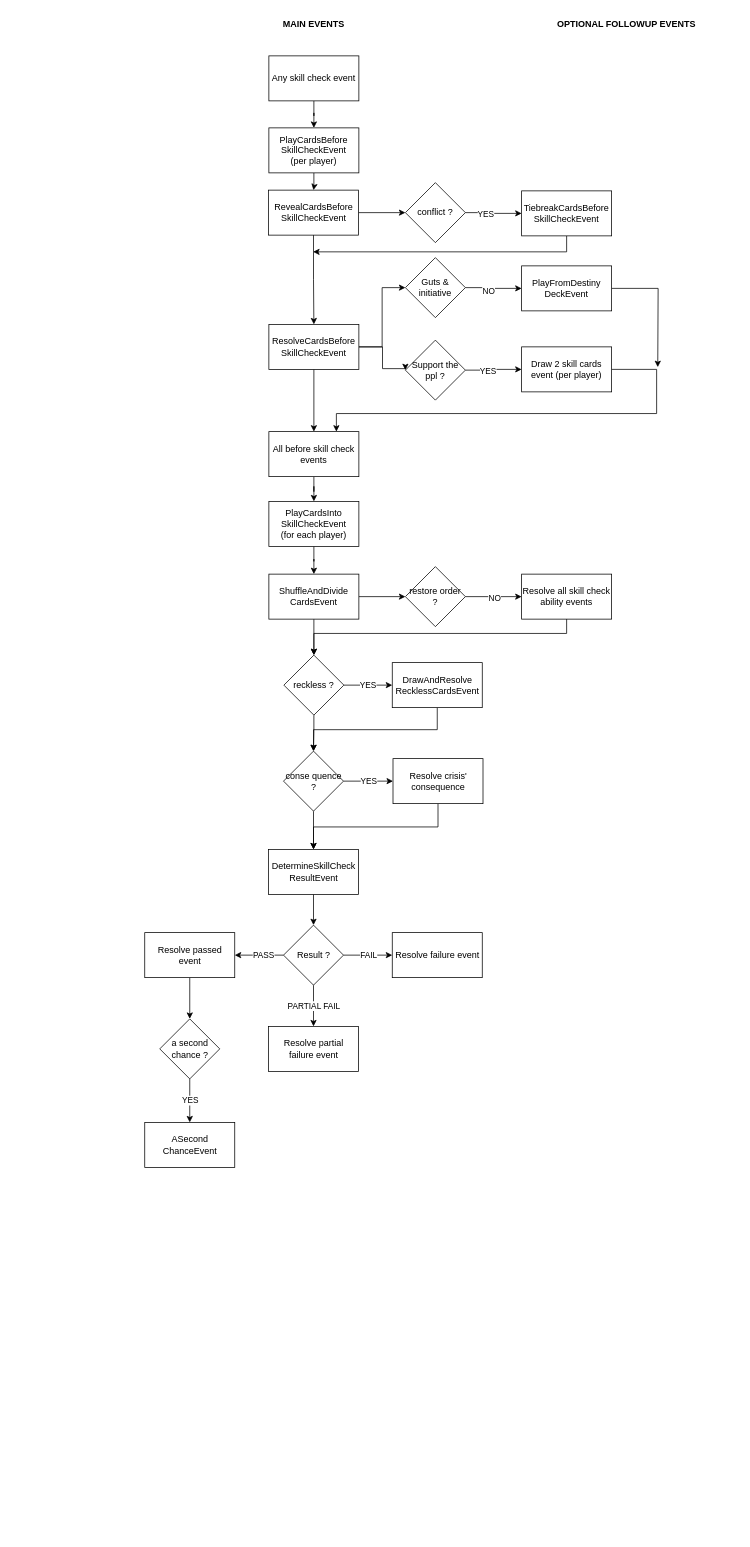
Above: skill-check.drawio in G2HJei/frakkin-toasters (draw.io), before the change. Source tidied: cells renumbered, new cells numbered last; positions are measured from the earlier drawing's top-left corner, leaving out a move shared by most shapes. Both pictures are drawn from the tidied source at 75%, with x=0, y=0 at pixel (144, 13).
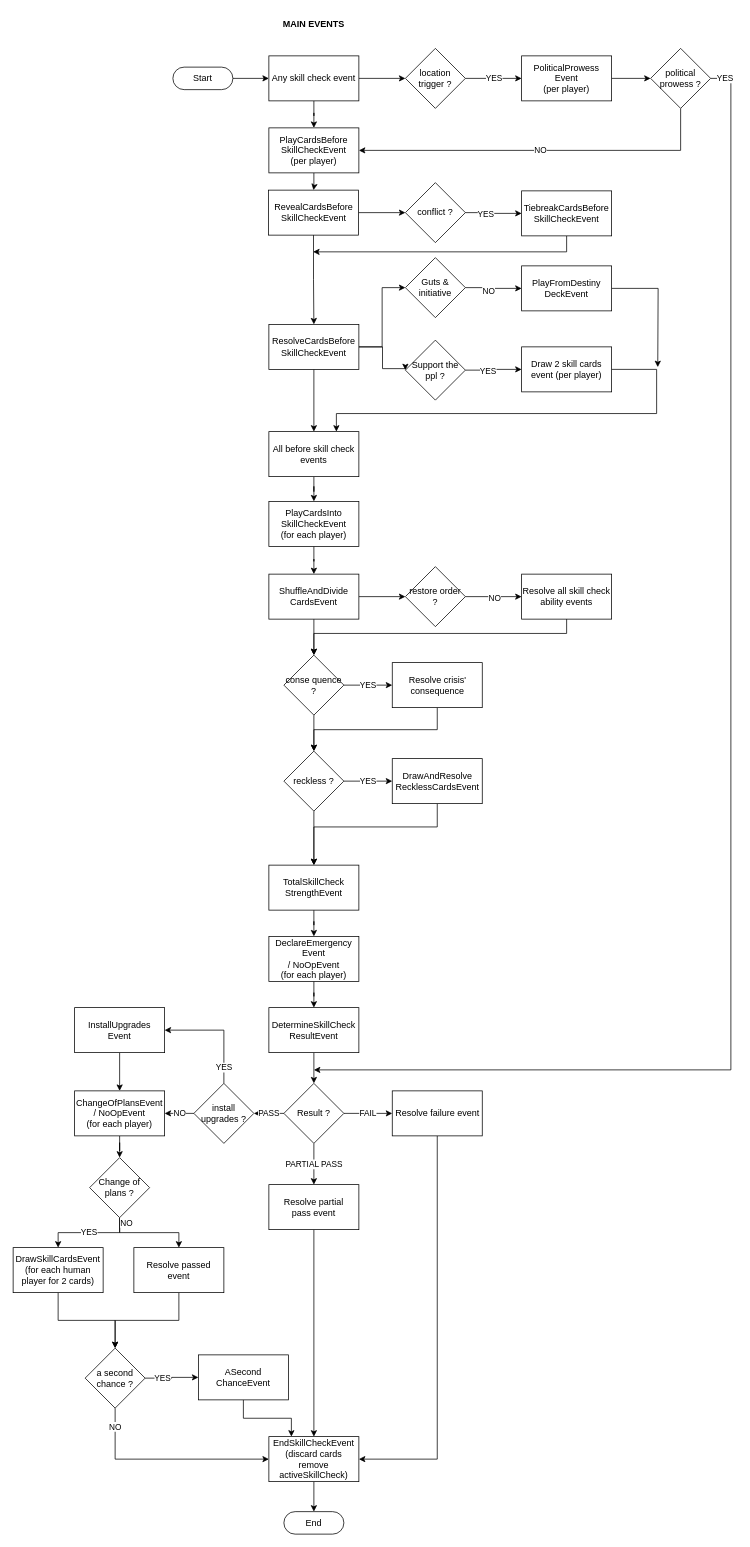
The same page after the edit.

Unchanged cells that the change refers to:
```xml
<mxCell id="3" value="Any skill check event" style="rounded=0;whiteSpace=wrap;html=1;fillColor=default;strokeColor=default;gradientColor=none;" parent="1" vertex="1">
  <mxGeometry x="166" y="57" width="120" height="60" as="geometry" />
</mxCell>
<mxCell id="5" value="PlayCardsBefore&lt;br&gt;SkillCheckEvent&lt;br&gt;(per player)" style="rounded=0;whiteSpace=wrap;html=1;" parent="1" vertex="1">
  <mxGeometry x="166" y="153" width="120" height="60" as="geometry" />
</mxCell>
<mxCell id="26" value="ShuffleAndDivide&lt;div&gt;CardsEvent&lt;/div&gt;" style="rounded=0;whiteSpace=wrap;html=1;" parent="1" vertex="1">
  <mxGeometry x="166" y="748" width="120" height="60" as="geometry" />
</mxCell>
<mxCell id="27" value="Resolve all skill check ability events" style="rounded=0;whiteSpace=wrap;html=1;" parent="1" vertex="1">
  <mxGeometry x="503" y="748" width="120" height="60" as="geometry" />
</mxCell>
```

Change to the diagram source:
```diff
@@
+    <mxCell id="49" value="MAIN EVENTS" style="text;html=1;whiteSpace=wrap;strokeColor=none;fillColor=none;align=center;verticalAlign=middle;rounded=0;fontStyle=1;" parent="1" vertex="1">
+      <mxGeometry x="161" width="130" height="30" as="geometry" />
+    </mxCell>
+    <mxCell id="65" style="edgeStyle=orthogonalEdgeStyle;rounded=0;jettySize=auto;html=1;" parent="1" edge="1" source="66" target="3">
+      <mxGeometry relative="1" as="geometry" />
+    </mxCell>
+    <mxCell id="66" value="Start" style="rounded=1;whiteSpace=wrap;html=1;arcSize=50;" parent="1" vertex="1">
+      <mxGeometry x="38" y="72" width="80" height="30" as="geometry" />
+    </mxCell>
@@
+    <mxCell id="67" style="edgeStyle=orthogonalEdgeStyle;rounded=0;jettySize=auto;html=1;" parent="1" edge="1" source="3" target="69">
+      <mxGeometry relative="1" as="geometry" />
+    </mxCell>
@@
+    <mxCell id="68" value="YES" style="edgeStyle=orthogonalEdgeStyle;rounded=0;jettySize=auto;html=1;" parent="1" edge="1" source="69" target="71">
+      <mxGeometry relative="1" as="geometry" />
+    </mxCell>
+    <mxCell id="69" value="location trigger ?" style="rhombus;whiteSpace=wrap;html=1;shapeInside=1;" parent="1" vertex="1">
+      <mxGeometry x="348" y="47" width="80" height="80" as="geometry" />
+    </mxCell>
+    <mxCell id="70" style="edgeStyle=orthogonalEdgeStyle;rounded=0;jettySize=auto;html=1;" parent="1" edge="1" source="71" target="74">
+      <mxGeometry relative="1" as="geometry" />
+    </mxCell>
+    <mxCell id="71" value="PoliticalProwess&lt;br&gt;Event&lt;br&gt;(per player)" style="rounded=0;whiteSpace=wrap;html=1;" parent="1" vertex="1">
+      <mxGeometry x="503" y="57" width="120" height="60" as="geometry" />
+    </mxCell>
+    <mxCell id="72" value="NO" style="edgeStyle=orthogonalEdgeStyle;rounded=0;jettySize=auto;html=1;exitX=0.5;exitY=1;exitDx=0;exitDy=0;entryX=1;entryY=0.5;entryDx=0;entryDy=0;" parent="1" edge="1" source="74" target="5">
+      <mxGeometry relative="1" as="geometry" />
+    </mxCell>
+    <mxCell id="73" value="YES" style="edgeStyle=orthogonalEdgeStyle;rounded=0;jettySize=auto;html=1;exitX=1;exitY=0.5;exitDx=0;exitDy=0;" parent="1" edge="1" source="74">
+      <mxGeometry x="-0.98" relative="1" as="geometry">
+        <mxPoint x="226" y="1409" as="targetPoint" />
+        <Array as="points">
+          <mxPoint x="782" y="87" />
+          <mxPoint x="782" y="1409" />
+        </Array>
+      </mxGeometry>
+    </mxCell>
+    <mxCell id="74" value="political prowess ?" style="rhombus;whiteSpace=wrap;html=1;shapeInside=1;" parent="1" vertex="1">
+      <mxGeometry x="675" y="47" width="80" height="80" as="geometry" />
+    </mxCell>
@@
-    <mxCell id="25" style="edgeStyle=orthogonalEdgeStyle;rounded=0;jettySize=auto;html=1;" parent="1" edge="1" source="26" target="59">
+    <mxCell id="25" style="edgeStyle=orthogonalEdgeStyle;rounded=0;jettySize=auto;html=1;entryX=0.5;entryY=0;entryDx=0;entryDy=0;" parent="1" edge="1" source="26" target="53">
       <mxGeometry relative="1" as="geometry" />
     </mxCell>
@@
+    <mxCell id="46" style="edgeStyle=orthogonalEdgeStyle;rounded=0;jettySize=auto;html=1;entryX=0;entryY=0.5;entryDx=0;entryDy=0;" parent="1" edge="1" source="48" target="27">
+      <mxGeometry relative="1" as="geometry" />
+    </mxCell>
+    <mxCell id="47" value="NO" style="edgeLabel;html=1;align=center;verticalAlign=middle;" parent="46" vertex="1">
+      <mxGeometry x="0.01" y="-1" relative="1" as="geometry" />
+    </mxCell>
+    <mxCell id="48" value="restore order ?" style="rhombus;whiteSpace=wrap;html=1;shapeInside=1;" parent="1" vertex="1">
+      <mxGeometry x="348" y="738" width="80" height="80" as="geometry" />
+    </mxCell>
+    <mxCell id="56" style="edgeStyle=orthogonalEdgeStyle;rounded=0;jettySize=auto;html=1;entryX=0.5;entryY=0;entryDx=0;entryDy=0;" parent="1" edge="1" source="27" target="53">
+      <mxGeometry relative="1" as="geometry">
+        <Array as="points">
+          <mxPoint x="563" y="827.1" />
+          <mxPoint x="226" y="827.1" />
+        </Array>
+      </mxGeometry>
+    </mxCell>
+    <mxCell id="51" value="YES" style="edgeStyle=orthogonalEdgeStyle;rounded=0;jettySize=auto;html=1;entryX=0;entryY=0.5;entryDx=0;entryDy=0;" parent="1" edge="1" source="53" target="55">
+      <mxGeometry relative="1" as="geometry" />
+    </mxCell>
+    <mxCell id="52" style="edgeStyle=orthogonalEdgeStyle;rounded=0;jettySize=auto;html=1;entryX=0.5;entryY=0;entryDx=0;entryDy=0;" parent="1" edge="1" source="53" target="59">
+      <mxGeometry relative="1" as="geometry" />
+    </mxCell>
+    <mxCell id="53" value="conse quence&lt;br&gt;?" style="rhombus;whiteSpace=wrap;html=1;shapeInside=1;" parent="1" vertex="1">
+      <mxGeometry x="186" y="856" width="80" height="80" as="geometry" />
+    </mxCell>
+    <mxCell id="54" style="edgeStyle=orthogonalEdgeStyle;rounded=0;jettySize=auto;html=1;entryX=0.5;entryY=0;entryDx=0;entryDy=0;" parent="1" edge="1" source="55" target="59">
+      <mxGeometry relative="1" as="geometry">
+        <Array as="points">
+          <mxPoint x="390.5" y="955.4" />
+          <mxPoint x="226" y="955.4" />
+        </Array>
+      </mxGeometry>
+    </mxCell>
+    <mxCell id="55" value="Resolve crisis' consequence" style="rounded=0;whiteSpace=wrap;html=1;" parent="1" vertex="1">
+      <mxGeometry x="330.5" y="866" width="120" height="60" as="geometry" />
+    </mxCell>
+    <mxCell id="57" style="edgeStyle=orthogonalEdgeStyle;rounded=0;jettySize=auto;html=1;entryX=0.5;entryY=0;entryDx=0;entryDy=0;" parent="1" edge="1" source="59" target="76">
+      <mxGeometry relative="1" as="geometry" />
+    </mxCell>
+    <mxCell id="58" value="YES" style="edgeStyle=orthogonalEdgeStyle;rounded=0;jettySize=auto;html=1;" parent="1" edge="1" source="59" target="61">
+      <mxGeometry relative="1" as="geometry" />
+    </mxCell>
+    <mxCell id="59" value="reckless ?" style="rhombus;whiteSpace=wrap;html=1;shapeInside=1;" parent="1" vertex="1">
+      <mxGeometry x="186" y="984" width="80" height="80" as="geometry" />
+    </mxCell>
+    <mxCell id="60" style="edgeStyle=orthogonalEdgeStyle;rounded=0;jettySize=auto;html=1;entryX=0.5;entryY=0;entryDx=0;entryDy=0;" parent="1" edge="1" source="61" target="76">
+      <mxGeometry relative="1" as="geometry">
+        <Array as="points">
+          <mxPoint x="390.5" y="1085.1" />
+          <mxPoint x="226" y="1085.1" />
+        </Array>
+      </mxGeometry>
+    </mxCell>
+    <mxCell id="61" value="DrawAndResolve&lt;br&gt;RecklessCardsEvent" style="rounded=0;whiteSpace=wrap;html=1;" parent="1" vertex="1">
+      <mxGeometry x="330.5" y="994" width="120" height="60" as="geometry" />
+    </mxCell>
+    <mxCell id="75" style="edgeStyle=orthogonalEdgeStyle;rounded=0;jettySize=auto;html=1;" parent="1" edge="1" source="76" target="78">
+      <mxGeometry relative="1" as="geometry" />
+    </mxCell>
+    <mxCell id="76" value="TotalSkillCheck&lt;br&gt;StrengthEvent" style="rounded=0;whiteSpace=wrap;html=1;" parent="1" vertex="1">
+      <mxGeometry x="166" y="1136" width="120" height="60" as="geometry" />
+    </mxCell>
+    <mxCell id="77" style="edgeStyle=orthogonalEdgeStyle;rounded=0;jettySize=auto;html=1;" parent="1" edge="1" source="78" target="29">
+      <mxGeometry relative="1" as="geometry" />
+    </mxCell>
+    <mxCell id="78" value="DeclareEmergency&lt;br&gt;Event&lt;br&gt;/ NoOpEvent&lt;br&gt;(for each player)" style="rounded=0;whiteSpace=wrap;html=1;" parent="1" vertex="1">
+      <mxGeometry x="166" y="1231" width="120" height="60" as="geometry" />
+    </mxCell>
@@
     <mxCell id="29" value="DetermineSkillCheck&lt;br&gt;ResultEvent" style="rounded=0;whiteSpace=wrap;html=1;" parent="1" vertex="1">
-      <mxGeometry x="165.5" y="1115" width="120" height="60" as="geometry" />
+      <mxGeometry x="166" y="1326" width="120" height="60" as="geometry" />
     </mxCell>
-    <mxCell id="30" value="PARTIAL FAIL" style="edgeStyle=orthogonalEdgeStyle;rounded=0;jettySize=auto;html=1;entryX=0.5;entryY=0;entryDx=0;entryDy=0;" parent="1" edge="1" source="33" target="34">
+    <mxCell id="30" value="PARTIAL PASS" style="edgeStyle=orthogonalEdgeStyle;rounded=0;jettySize=auto;html=1;entryX=0.5;entryY=0;entryDx=0;entryDy=0;" parent="1" edge="1" source="33" target="34">
       <mxGeometry relative="1" as="geometry" />
     </mxCell>
@@
-    <mxCell id="32" value="PASS" style="edgeStyle=orthogonalEdgeStyle;rounded=0;jettySize=auto;html=1;" parent="1" edge="1" source="33" target="36">
-      <mxGeometry x="-0.18" relative="1" as="geometry" />
+    <mxCell id="32" value="PASS" style="edgeStyle=orthogonalEdgeStyle;rounded=0;jettySize=auto;html=1;" parent="1" edge="1" source="33" target="81">
+      <mxGeometry relative="1" as="geometry" />
     </mxCell>
     <mxCell id="33" value="Result ?" style="rhombus;whiteSpace=wrap;html=1;shapeInside=1;" parent="1" vertex="1">
-      <mxGeometry x="185.5" y="1216" width="80" height="80" as="geometry" />
+      <mxGeometry x="186" y="1427" width="80" height="80" as="geometry" />
     </mxCell>
-    <mxCell id="34" value="Resolve partial &lt;br&gt;failure event" style="rounded=0;whiteSpace=wrap;html=1;" parent="1" vertex="1">
-      <mxGeometry x="165.5" y="1351" width="120" height="60" as="geometry" />
-    </mxCell>
+    <mxCell id="79" value="YES" style="edgeStyle=orthogonalEdgeStyle;rounded=0;jettySize=auto;html=1;exitX=0.5;exitY=0;exitDx=0;exitDy=0;entryX=1;entryY=0.5;entryDx=0;entryDy=0;" parent="1" edge="1" source="81" target="83">
+      <mxGeometry x="-0.72" relative="1" as="geometry" />
+    </mxCell>
+    <mxCell id="80" value="NO" style="edgeStyle=orthogonalEdgeStyle;rounded=0;jettySize=auto;html=1;" parent="1" edge="1" source="81" target="85">
+      <mxGeometry relative="1" as="geometry" />
+    </mxCell>
+    <mxCell id="81" value="install upgrades ?" style="rhombus;whiteSpace=wrap;html=1;shapeInside=1;" parent="1" vertex="1">
+      <mxGeometry x="66" y="1427" width="80" height="80" as="geometry" />
+    </mxCell>
+    <mxCell id="82" style="edgeStyle=orthogonalEdgeStyle;rounded=0;jettySize=auto;html=1;" parent="1" edge="1" source="83" target="85">
+      <mxGeometry relative="1" as="geometry" />
+    </mxCell>
+    <mxCell id="83" value="InstallUpgrades&lt;br&gt;Event" style="rounded=0;whiteSpace=wrap;html=1;" parent="1" vertex="1">
+      <mxGeometry x="-93" y="1326" width="120" height="60" as="geometry" />
+    </mxCell>
+    <mxCell id="84" style="edgeStyle=orthogonalEdgeStyle;rounded=0;jettySize=auto;html=1;" parent="1" edge="1" source="85" target="88">
+      <mxGeometry relative="1" as="geometry" />
+    </mxCell>
+    <mxCell id="85" value="ChangeOfPlansEvent&lt;br&gt;/ NoOpEvent&lt;br&gt;(for each player)" style="rounded=0;whiteSpace=wrap;html=1;" parent="1" vertex="1">
+      <mxGeometry x="-93" y="1437" width="120" height="60" as="geometry" />
+    </mxCell>
+    <mxCell id="86" value="YES" style="edgeStyle=orthogonalEdgeStyle;rounded=0;jettySize=auto;html=1;exitX=0.5;exitY=1;exitDx=0;exitDy=0;entryX=0.5;entryY=0;entryDx=0;entryDy=0;" parent="1" edge="1" source="88" target="90">
+      <mxGeometry relative="1" as="geometry" />
+    </mxCell>
+    <mxCell id="87" value="NO" style="edgeStyle=orthogonalEdgeStyle;rounded=0;jettySize=auto;html=1;exitX=0.5;exitY=1;exitDx=0;exitDy=0;entryX=0.5;entryY=0;entryDx=0;entryDy=0;" parent="1" edge="1" source="88" target="36">
+      <mxGeometry x="-0.88" relative="1" as="geometry">
+        <mxPoint x="9" as="offset" />
+      </mxGeometry>
+    </mxCell>
+    <mxCell id="88" value="Change of plans ?" style="rhombus;whiteSpace=wrap;html=1;shapeInside=1;" parent="1" vertex="1">
+      <mxGeometry x="-73" y="1526" width="80" height="80" as="geometry" />
+    </mxCell>
+    <mxCell id="89" style="edgeStyle=orthogonalEdgeStyle;rounded=0;jettySize=auto;html=1;entryX=0.5;entryY=0;entryDx=0;entryDy=0;" parent="1" edge="1" source="90" target="44">
+      <mxGeometry relative="1" as="geometry" />
+    </mxCell>
+    <mxCell id="90" value="DrawSkillCardsEvent&lt;br&gt;(for each human&lt;br&gt;player for 2 cards)" style="rounded=0;whiteSpace=wrap;html=1;" parent="1" vertex="1">
+      <mxGeometry x="-175" y="1646" width="120" height="60" as="geometry" />
+    </mxCell>
@@
     <mxCell id="36" value="Resolve passed event" style="rounded=0;whiteSpace=wrap;html=1;" parent="1" vertex="1">
-      <mxGeometry x="0.5" y="1226" width="120" height="60" as="geometry" />
+      <mxGeometry x="-14" y="1646" width="120" height="60" as="geometry" />
     </mxCell>
+    <mxCell id="43" value="YES" style="edgeStyle=orthogonalEdgeStyle;rounded=0;jettySize=auto;html=1;" parent="1" edge="1" source="44" target="45">
+      <mxGeometry x="-0.35" relative="1" as="geometry" />
+    </mxCell>
+    <mxCell id="91" value="NO" style="edgeStyle=orthogonalEdgeStyle;rounded=0;jettySize=auto;html=1;exitX=0.5;exitY=1;exitDx=0;exitDy=0;entryX=0;entryY=0.5;entryDx=0;entryDy=0;" parent="1" edge="1" source="44" target="96">
+      <mxGeometry x="-0.82" relative="1" as="geometry" />
+    </mxCell>
+    <mxCell id="44" value="a second chance ?" style="rhombus;whiteSpace=wrap;html=1;shapeInside=1;" parent="1" vertex="1">
+      <mxGeometry x="-79" y="1780" width="80" height="80" as="geometry" />
+    </mxCell>
+    <mxCell id="92" style="edgeStyle=orthogonalEdgeStyle;rounded=0;jettySize=auto;html=1;exitX=0.5;exitY=1;exitDx=0;exitDy=0;entryX=0.25;entryY=0;entryDx=0;entryDy=0;" parent="1" edge="1" source="45" target="96">
+      <mxGeometry relative="1" as="geometry" />
+    </mxCell>
+    <mxCell id="45" value="ASecond&lt;br&gt;ChanceEvent" style="rounded=0;whiteSpace=wrap;html=1;" parent="1" vertex="1">
+      <mxGeometry x="72" y="1789" width="120" height="60" as="geometry" />
+    </mxCell>
+    <mxCell id="93" style="edgeStyle=orthogonalEdgeStyle;rounded=0;jettySize=auto;html=1;entryX=0.5;entryY=0;entryDx=0;entryDy=0;" parent="1" edge="1" source="34" target="96">
+      <mxGeometry relative="1" as="geometry" />
+    </mxCell>
+    <mxCell id="34" value="Resolve partial &lt;br&gt;pass event" style="rounded=0;whiteSpace=wrap;html=1;" parent="1" vertex="1">
+      <mxGeometry x="166" y="1562" width="120" height="60" as="geometry" />
+    </mxCell>
+    <mxCell id="94" style="edgeStyle=orthogonalEdgeStyle;rounded=0;jettySize=auto;html=1;exitX=0.5;exitY=1;exitDx=0;exitDy=0;entryX=1;entryY=0.5;entryDx=0;entryDy=0;" parent="1" edge="1" source="37" target="96">
+      <mxGeometry relative="1" as="geometry" />
+    </mxCell>
     <mxCell id="37" value="Resolve failure event" style="rounded=0;whiteSpace=wrap;html=1;" parent="1" vertex="1">
-      <mxGeometry x="330.5" y="1226" width="120" height="60" as="geometry" />
+      <mxGeometry x="330.5" y="1437" width="120" height="60" as="geometry" />
     </mxCell>
+    <mxCell id="95" style="edgeStyle=orthogonalEdgeStyle;rounded=0;jettySize=auto;html=1;" parent="1" edge="1" source="96" target="97">
+      <mxGeometry relative="1" as="geometry" />
+    </mxCell>
+    <mxCell id="96" value="EndSkillCheckEvent&lt;br&gt;(discard cards remove activeSkillCheck)" style="rounded=0;whiteSpace=wrap;html=1;" parent="1" vertex="1">
+      <mxGeometry x="166" y="1898" width="120" height="60" as="geometry" />
+    </mxCell>
+    <mxCell id="97" value="End" style="rounded=1;whiteSpace=wrap;html=1;arcSize=50;" parent="1" vertex="1">
+      <mxGeometry x="186" y="1998" width="80" height="30" as="geometry" />
+    </mxCell>
+    <mxCell id="40" value="&lt;div&gt;conflict ?&lt;/div&gt;" style="rhombus;whiteSpace=wrap;html=1;shapeInside=1;" parent="1" vertex="1">
+      <mxGeometry x="348" y="226" width="80" height="80" as="geometry" />
+    </mxCell>
@@
-    <mxCell id="40" value="&lt;div&gt;conflict ?&lt;/div&gt;" style="rhombus;whiteSpace=wrap;html=1;shapeInside=1;" parent="1" vertex="1">
-      <mxGeometry x="348" y="226" width="80" height="80" as="geometry" />
-    </mxCell>
@@
-    <mxCell id="43" value="YES" style="edgeStyle=orthogonalEdgeStyle;rounded=0;jettySize=auto;html=1;entryX=0.5;entryY=0;entryDx=0;entryDy=0;" parent="1" edge="1" source="44" target="45">
-      <mxGeometry relative="1" as="geometry" />
-    </mxCell>
-    <mxCell id="44" value="a second chance ?" style="rhombus;whiteSpace=wrap;html=1;shapeInside=1;" parent="1" vertex="1">
-      <mxGeometry x="20.5" y="1341" width="80" height="80" as="geometry" />
-    </mxCell>
-    <mxCell id="45" value="ASecond&lt;br&gt;ChanceEvent" style="rounded=0;whiteSpace=wrap;html=1;" parent="1" vertex="1">
-      <mxGeometry x="0.5" y="1479" width="120" height="60" as="geometry" />
-    </mxCell>
-    <mxCell id="46" style="edgeStyle=orthogonalEdgeStyle;rounded=0;jettySize=auto;html=1;entryX=0;entryY=0.5;entryDx=0;entryDy=0;" parent="1" edge="1" source="48" target="27">
-      <mxGeometry relative="1" as="geometry" />
-    </mxCell>
-    <mxCell id="47" value="NO" style="edgeLabel;html=1;align=center;verticalAlign=middle;" parent="46" vertex="1">
-      <mxGeometry x="0.01" y="-1" relative="1" as="geometry" />
-    </mxCell>
-    <mxCell id="48" value="restore order ?" style="rhombus;whiteSpace=wrap;html=1;shapeInside=1;" parent="1" vertex="1">
-      <mxGeometry x="348" y="738" width="80" height="80" as="geometry" />
-    </mxCell>
-    <mxCell id="49" value="MAIN EVENTS" style="text;html=1;whiteSpace=wrap;strokeColor=none;fillColor=none;align=center;verticalAlign=middle;rounded=0;fontStyle=1;" parent="1" vertex="1">
-      <mxGeometry x="161" width="130" height="30" as="geometry" />
-    </mxCell>
-    <mxCell id="50" value="&lt;b&gt;OPTIONAL FOLLOWUP EVENTS&lt;/b&gt;" style="text;html=1;whiteSpace=wrap;strokeColor=none;fillColor=none;align=center;verticalAlign=middle;rounded=0;" parent="1" vertex="1">
-      <mxGeometry x="540" width="206" height="30" as="geometry" />
-    </mxCell>
-    <mxCell id="51" value="YES" style="edgeStyle=orthogonalEdgeStyle;rounded=0;jettySize=auto;html=1;entryX=0;entryY=0.5;entryDx=0;entryDy=0;" parent="1" edge="1" source="53" target="55">
-      <mxGeometry relative="1" as="geometry" />
-    </mxCell>
-    <mxCell id="52" style="edgeStyle=orthogonalEdgeStyle;rounded=0;jettySize=auto;html=1;" parent="1" edge="1" source="53" target="29">
-      <mxGeometry relative="1" as="geometry" />
-    </mxCell>
-    <mxCell id="53" value="conse quence&lt;br&gt;?" style="rhombus;whiteSpace=wrap;html=1;shapeInside=1;" parent="1" vertex="1">
-      <mxGeometry x="185.5" y="984" width="80" height="80" as="geometry" />
-    </mxCell>
-    <mxCell id="54" style="edgeStyle=orthogonalEdgeStyle;rounded=0;jettySize=auto;html=1;" parent="1" edge="1" source="55" target="29">
-      <mxGeometry relative="1" as="geometry">
-        <Array as="points">
-          <mxPoint x="391.5" y="1085.1" />
-          <mxPoint x="225.5" y="1085.1" />
-        </Array>
-      </mxGeometry>
-    </mxCell>
-    <mxCell id="55" value="Resolve crisis' consequence" style="rounded=0;whiteSpace=wrap;html=1;" parent="1" vertex="1">
-      <mxGeometry x="331.5" y="994" width="120" height="60" as="geometry" />
-    </mxCell>
-    <mxCell id="56" style="edgeStyle=orthogonalEdgeStyle;rounded=0;jettySize=auto;html=1;" parent="1" edge="1" source="27" target="59">
-      <mxGeometry relative="1" as="geometry">
-        <Array as="points">
-          <mxPoint x="563" y="827.1" />
-          <mxPoint x="226" y="827.1" />
-        </Array>
-      </mxGeometry>
-    </mxCell>
-    <mxCell id="57" style="edgeStyle=orthogonalEdgeStyle;rounded=0;jettySize=auto;html=1;entryX=0.5;entryY=0;entryDx=0;entryDy=0;" parent="1" edge="1" source="59" target="53">
-      <mxGeometry relative="1" as="geometry" />
-    </mxCell>
-    <mxCell id="58" value="YES" style="edgeStyle=orthogonalEdgeStyle;rounded=0;jettySize=auto;html=1;" parent="1" edge="1" source="59" target="61">
-      <mxGeometry relative="1" as="geometry" />
-    </mxCell>
-    <mxCell id="59" value="reckless ?" style="rhombus;whiteSpace=wrap;html=1;shapeInside=1;" parent="1" vertex="1">
-      <mxGeometry x="186" y="856" width="80" height="80" as="geometry" />
-    </mxCell>
-    <mxCell id="60" style="edgeStyle=orthogonalEdgeStyle;rounded=0;jettySize=auto;html=1;entryX=0.5;entryY=0;entryDx=0;entryDy=0;" parent="1" edge="1" source="61" target="53">
-      <mxGeometry relative="1" as="geometry">
-        <Array as="points">
-          <mxPoint x="390.5" y="955.4" />
-          <mxPoint x="225.5" y="955.4" />
-        </Array>
-      </mxGeometry>
-    </mxCell>
-    <mxCell id="61" value="DrawAndResolve&lt;br&gt;RecklessCardsEvent" style="rounded=0;whiteSpace=wrap;html=1;" parent="1" vertex="1">
-      <mxGeometry x="330.5" y="866" width="120" height="60" as="geometry" />
-    </mxCell>
```
